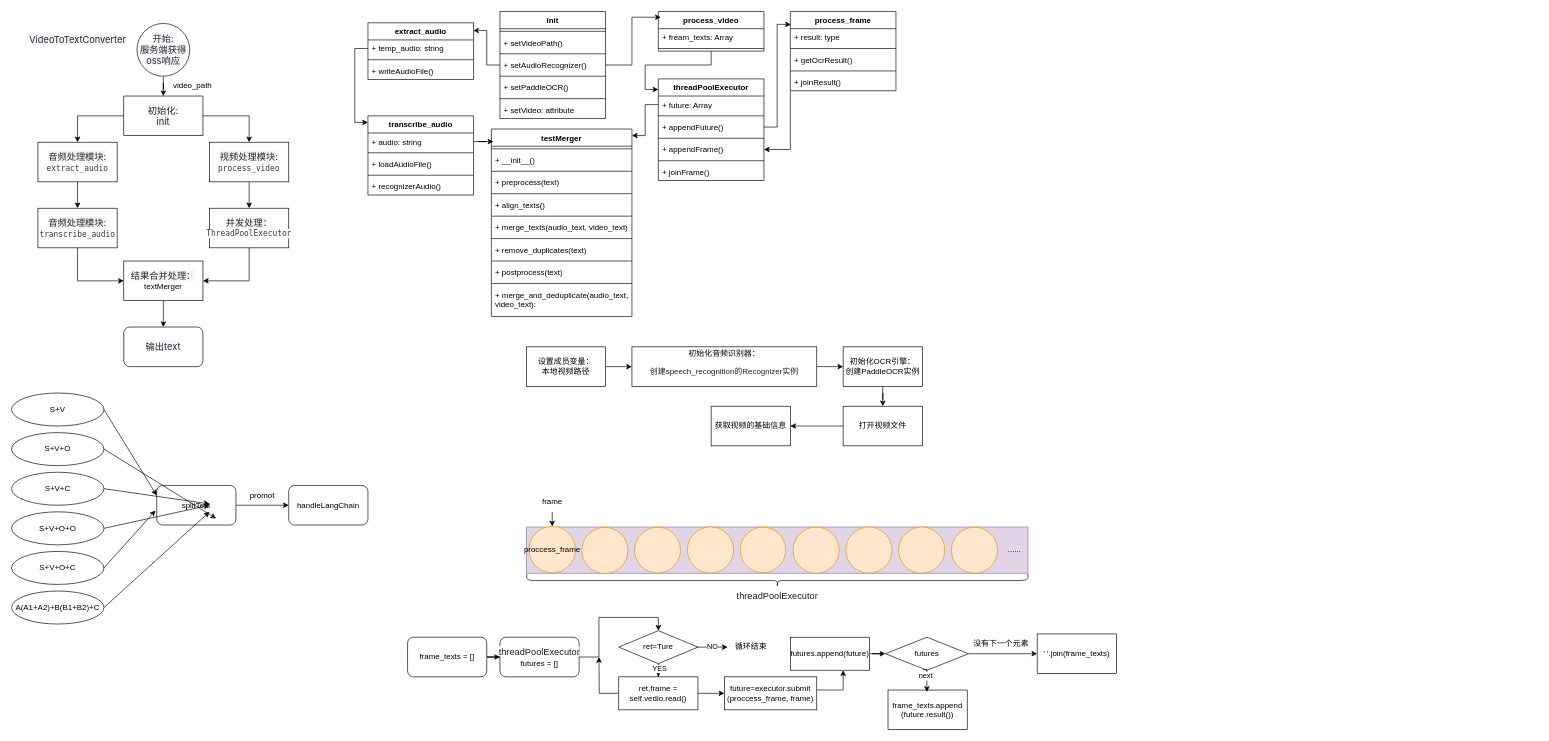
gjf610/my-blog keeps this draw.io diagram as 未命名绘图.drawio. Above is the earlier version. Source tidied: cells renumbered, new cells numbered last; positions are measured from the earlier drawing's top-left corner, leaving out a move shared by most shapes. Both pictures are drawn from the tidied source at 66%, with x=0, y=0 at pixel (11, 11).
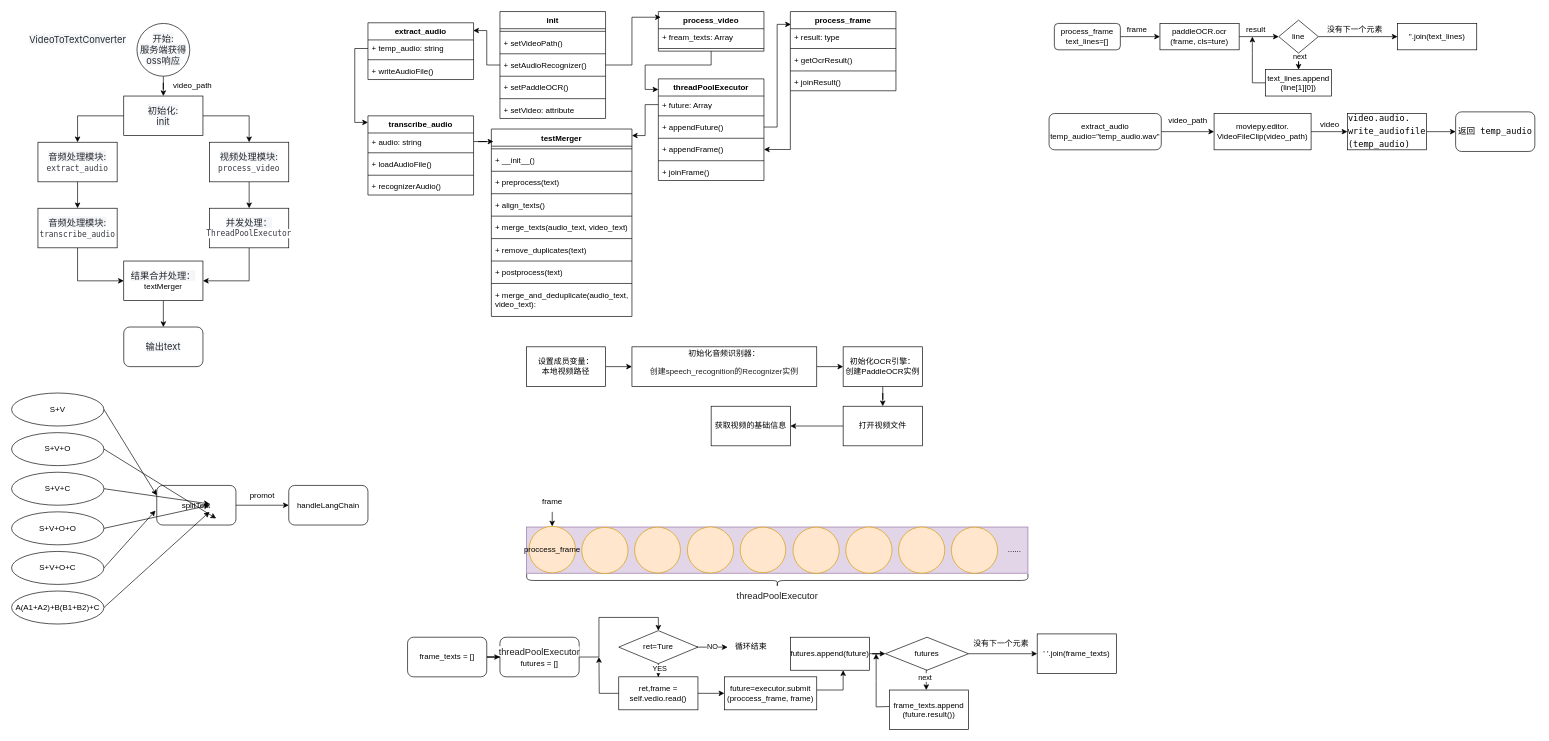
After the change.

Commit message (it also covers changes not shown here):
更新未命名绘图.drawio

The change refers to these unchanged cells:
```xml
<mxCell id="131" value="futures" style="rhombus;whiteSpace=wrap;html=1;" parent="1" vertex="1">
  <mxGeometry x="1324" y="948" width="126" height="50" as="geometry" />
</mxCell>
```

What changed in the source:
```diff
@@
+    <mxCell id="143" style="edgeStyle=orthogonalEdgeStyle;rounded=0;orthogonalLoop=1;jettySize=auto;html=1;" parent="1" edge="1">
+      <mxGeometry relative="1" as="geometry">
+        <mxPoint x="1330" y="1053" as="sourcePoint" />
+        <mxPoint x="1310" y="973" as="targetPoint" />
+      </mxGeometry>
+    </mxCell>
     <mxCell id="134" value="frame_texts.append&lt;br&gt;(future.result())" style="rounded=0;whiteSpace=wrap;html=1;" parent="1" vertex="1">
-      <mxGeometry x="1328" y="1028" width="120" height="60" as="geometry" />
+      <mxGeometry x="1330" y="1028" width="120" height="60" as="geometry" />
     </mxCell>
-    <mxCell id="135" style="edgeStyle=orthogonalEdgeStyle;rounded=0;orthogonalLoop=1;jettySize=auto;html=1;entryX=0.541;entryY=0.064;entryDx=0;entryDy=0;entryPerimeter=0;" parent="1" edge="1">
+    <mxCell id="135" style="edgeStyle=orthogonalEdgeStyle;rounded=0;jettySize=auto;html=1;entryX=0.541;entryY=0.064;entryDx=0;entryDy=0;entryPerimeter=0;exitX=0.5;exitY=1;exitDx=0;exitDy=0;" parent="1" edge="1" source="131">
       <mxGeometry relative="1" as="geometry">
-        <mxPoint x="1381" y="997" as="sourcePoint" />
-        <mxPoint x="1386.9" y="1030.8" as="targetPoint" />
+        <mxPoint x="1385.9" y="1028" as="targetPoint" />
       </mxGeometry>
     </mxCell>
@@
+    <mxCell id="144" style="edgeStyle=orthogonalEdgeStyle;rounded=0;jettySize=auto;html=1;" parent="1" edge="1" source="145">
+      <mxGeometry relative="1" as="geometry">
+        <mxPoint x="1920" y="38" as="targetPoint" />
+      </mxGeometry>
+    </mxCell>
+    <mxCell id="145" value="paddleOCR.ocr&lt;div&gt;(frame, cls=ture)&lt;/div&gt;" style="rounded=0;whiteSpace=wrap;html=1;" parent="1" vertex="1">
+      <mxGeometry x="1740" y="18" width="120" height="40" as="geometry" />
+    </mxCell>
+    <mxCell id="146" style="edgeStyle=orthogonalEdgeStyle;rounded=0;jettySize=auto;html=1;entryX=0;entryY=0.5;entryDx=0;entryDy=0;" parent="1" edge="1" source="147" target="145">
+      <mxGeometry relative="1" as="geometry" />
+    </mxCell>
+    <mxCell id="147" value="process_frame&lt;br&gt;text_lines=[]" style="rounded=1;whiteSpace=wrap;html=1;" parent="1" vertex="1">
+      <mxGeometry x="1580" y="18" width="100" height="40" as="geometry" />
+    </mxCell>
+    <mxCell id="148" value="frame" style="text;html=1;align=center;verticalAlign=middle;strokeColor=none;fillColor=none;" parent="1" vertex="1">
+      <mxGeometry x="1680" y="13" width="50" height="30" as="geometry" />
+    </mxCell>
+    <mxCell id="149" value="result" style="text;html=1;align=center;verticalAlign=middle;strokeColor=none;fillColor=none;" parent="1" vertex="1">
+      <mxGeometry x="1860" y="13" width="50" height="30" as="geometry" />
+    </mxCell>
+    <mxCell id="150" style="edgeStyle=orthogonalEdgeStyle;rounded=0;jettySize=auto;html=1;" parent="1" edge="1" source="151">
+      <mxGeometry relative="1" as="geometry">
+        <mxPoint x="1880" y="38" as="targetPoint" />
+      </mxGeometry>
+    </mxCell>
+    <mxCell id="151" value="text_lines.append&lt;br&gt;(line[1][0])" style="rounded=0;whiteSpace=wrap;html=1;" parent="1" vertex="1">
+      <mxGeometry x="1900" y="88" width="100" height="40" as="geometry" />
+    </mxCell>
+    <mxCell id="152" style="edgeStyle=orthogonalEdgeStyle;rounded=0;jettySize=auto;html=1;entryX=0.5;entryY=0;entryDx=0;entryDy=0;" parent="1" edge="1" source="155" target="151">
+      <mxGeometry relative="1" as="geometry" />
+    </mxCell>
+    <mxCell id="153" value="next" style="edgeLabel;html=1;align=center;verticalAlign=middle;" parent="152" vertex="1">
+      <mxGeometry x="-0.82" y="1" relative="1" as="geometry" />
+    </mxCell>
+    <mxCell id="154" style="edgeStyle=orthogonalEdgeStyle;rounded=0;jettySize=auto;html=1;entryX=0;entryY=0.5;entryDx=0;entryDy=0;" parent="1" edge="1" source="155" target="156">
+      <mxGeometry relative="1" as="geometry" />
+    </mxCell>
+    <mxCell id="155" value="line" style="rhombus;whiteSpace=wrap;html=1;" parent="1" vertex="1">
+      <mxGeometry x="1920" y="13" width="60" height="50" as="geometry" />
+    </mxCell>
+    <mxCell id="156" value="''.join(text_lines)" style="rounded=0;whiteSpace=wrap;html=1;" parent="1" vertex="1">
+      <mxGeometry x="2100" y="18" width="120" height="40" as="geometry" />
+    </mxCell>
+    <mxCell id="157" value="没有下一个元素" style="text;html=1;align=center;verticalAlign=middle;strokeColor=none;fillColor=none;" parent="1" vertex="1">
+      <mxGeometry x="1980" y="13" width="110" height="30" as="geometry" />
+    </mxCell>
+    <mxCell id="158" style="edgeStyle=orthogonalEdgeStyle;rounded=0;jettySize=auto;html=1;entryX=0;entryY=0.5;entryDx=0;entryDy=0;" parent="1" edge="1" source="159" target="161">
+      <mxGeometry relative="1" as="geometry" />
+    </mxCell>
+    <mxCell id="159" value="extract_audio&lt;br&gt;temp_audio=&quot;temp_audio.wav&quot;" style="rounded=1;whiteSpace=wrap;html=1;" parent="1" vertex="1">
+      <mxGeometry x="1572" y="154.5" width="170" height="55" as="geometry" />
+    </mxCell>
+    <mxCell id="160" style="edgeStyle=orthogonalEdgeStyle;rounded=0;jettySize=auto;html=1;entryX=0;entryY=0.5;entryDx=0;entryDy=0;" parent="1" edge="1" source="161" target="164">
+      <mxGeometry relative="1" as="geometry" />
+    </mxCell>
+    <mxCell id="161" value="moviepy.editor.&lt;br&gt;VideoFileClip(&lt;span style=&quot;text-wrap-mode: nowrap;&quot;&gt;video_path&lt;/span&gt;)" style="rounded=0;whiteSpace=wrap;html=1;" parent="1" vertex="1">
+      <mxGeometry x="1822" y="154.5" width="147" height="55" as="geometry" />
+    </mxCell>
+    <mxCell id="162" value="video_path" style="text;html=1;align=center;verticalAlign=middle;strokeColor=none;fillColor=none;" parent="1" vertex="1">
+      <mxGeometry x="1738" y="148.5" width="88" height="33" as="geometry" />
+    </mxCell>
+    <mxCell id="163" style="edgeStyle=orthogonalEdgeStyle;rounded=0;jettySize=auto;html=1;entryX=0;entryY=0.5;entryDx=0;entryDy=0;" parent="1" edge="1" source="164" target="166">
+      <mxGeometry relative="1" as="geometry" />
+    </mxCell>
+    <mxCell id="164" value="&lt;pre style=&quot;--un-rotate: 0; --un-rotate-x: 0; --un-rotate-y: 0; --un-rotate-z: 0; --un-scale-x: 1; --un-scale-y: 1; --un-scale-z: 1; --un-skew-x: 0; --un-skew-y: 0; --un-translate-x: 0; --un-translate-y: 0; --un-translate-z: 0; --un-pan-x: ; --un-pan-y: ; --un-pinch-zoom: ; --un-scroll-snap-strictness: proximity; --un-ordinal: ; --un-slashed-zero: ; --un-numeric-figure: ; --un-numeric-spacing: ; --un-numeric-fraction: ; --un-border-spacing-x: 0; --un-border-spacing-y: 0; --un-ring-offset-shadow: 0 0 transparent; --un-ring-shadow: 0 0 transparent; --un-shadow-inset: ; --un-shadow: 0 0 transparent; --un-ring-inset: ; --un-ring-offset-width: 0px; --un-ring-offset-color: #fff; --un-ring-width: 0px; --un-ring-color: rgba(147,197,253,.5); --un-blur: ; --un-brightness: ; --un-contrast: ; --un-drop-shadow: ; --un-grayscale: ; --un-hue-rotate: ; --un-invert: ; --un-saturate: ; --un-sepia: ; --un-backdrop-blur: ; --un-backdrop-brightness: ; --un-backdrop-contrast: ; --un-backdrop-grayscale: ; --un-backdrop-hue-rotate: ; --un-backdrop-invert: ; --un-backdrop-opacity: ; --un-backdrop-saturate: ; --un-backdrop-sepia: ; box-sizing: border-box; font-family: ui-monospace, SFMono-Regular, &amp;quot;SF Mono&amp;quot;, Menlo, Consolas, &amp;quot;Liberation Mono&amp;quot;, monospace; font-size: 13px; line-height: 1.45; margin-top: 0px; margin-bottom: 0px; overflow-wrap: normal; background: var(--TY-Fill-1); border-radius: 6px; overflow: auto; padding: 16px 8px; text-align: left;&quot;&gt;&lt;code style=&quot;--un-rotate: 0; --un-rotate-x: 0; --un-rotate-y: 0; --un-rotate-z: 0; --un-scale-x: 1; --un-scale-y: 1; --un-scale-z: 1; --un-skew-x: 0; --un-skew-y: 0; --un-translate-x: 0; --un-translate-y: 0; --un-translate-z: 0; --un-pan-x: ; --un-pan-y: ; --un-pinch-zoom: ; --un-scroll-snap-strictness: proximity; --un-ordinal: ; --un-slashed-zero: ; --un-numeric-figure: ; --un-numeric-spacing: ; --un-numeric-fraction: ; --un-border-spacing-x: 0; --un-border-spacing-y: 0; --un-ring-offset-shadow: 0 0 transparent; --un-ring-shadow: 0 0 transparent; --un-shadow-inset: ; --un-shadow: 0 0 transparent; --un-ring-inset: ; --un-ring-offset-width: 0px; --un-ring-offset-color: #fff; --un-ring-width: 0px; --un-ring-color: rgba(147,197,253,.5); --un-blur: ; --un-brightness: ; --un-contrast: ; --un-drop-shadow: ; --un-grayscale: ; --un-hue-rotate: ; --un-invert: ; --un-saturate: ; --un-sepia: ; --un-backdrop-blur: ; --un-backdrop-brightness: ; --un-backdrop-contrast: ; --un-backdrop-grayscale: ; --un-backdrop-hue-rotate: ; --un-backdrop-invert: ; --un-backdrop-opacity: ; --un-backdrop-saturate: ; --un-backdrop-sepia: ; box-sizing: border-box; font-family: ui-monospace, SFMono-Regular, &amp;quot;SF Mono&amp;quot;, Menlo, Consolas, &amp;quot;Liberation Mono&amp;quot;, monospace; background: transparent; border-radius: 6px; margin: 0px; padding: 0px; border: 0px; word-break: normal; overflow-wrap: normal; display: inline; line-height: inherit;&quot;&gt;&lt;span style=&quot;--un-rotate: 0; --un-rotate-x: 0; --un-rotate-y: 0; --un-rotate-z: 0; --un-scale-x: 1; --un-scale-y: 1; --un-scale-z: 1; --un-skew-x: 0; --un-skew-y: 0; --un-translate-x: 0; --un-translate-y: 0; --un-translate-z: 0; --un-pan-x: ; --un-pan-y: ; --un-pinch-zoom: ; --un-scroll-snap-strictness: proximity; --un-ordinal: ; --un-slashed-zero: ; --un-numeric-figure: ; --un-numeric-spacing: ; --un-numeric-fraction: ; --un-border-spacing-x: 0; --un-border-spacing-y: 0; --un-ring-offset-shadow: 0 0 transparent; --un-ring-shadow: 0 0 transparent; --un-shadow-inset: ; --un-shadow: 0 0 transparent; --un-ring-inset: ; --un-ring-offset-width: 0px; --un-ring-offset-color: #fff; --un-ring-width: 0px; --un-ring-color: rgba(147,197,253,.5); --un-blur: ; --un-brightness: ; --un-contrast: ; --un-drop-shadow: ; --un-grayscale: ; --un-hue-rotate: ; --un-invert: ; --un-saturate: ; --un-sepia: ; --un-backdrop-blur: ; --un-backdrop-brightness: ; --un-backdrop-contrast: ; --un-backdrop-grayscale: ; --un-backdrop-hue-rotate: ; --un-backdrop-invert: ; --un-backdrop-opacity: ; --un-backdrop-saturate: ; --un-backdrop-sepia: ; box-sizing: border-box;&quot;&gt;video.audio.&lt;br/&gt;write_audiofile&lt;br&gt;(temp_audio)&lt;/span&gt;&lt;/code&gt;&lt;/pre&gt;" style="rounded=0;whiteSpace=wrap;html=1;" parent="1" vertex="1">
+      <mxGeometry x="2024" y="154.5" width="120" height="55" as="geometry" />
+    </mxCell>
+    <mxCell id="165" value="video" style="text;html=1;align=center;verticalAlign=middle;strokeColor=none;fillColor=none;" parent="1" vertex="1">
+      <mxGeometry x="1969" y="154.5" width="55" height="33" as="geometry" />
+    </mxCell>
+    <mxCell id="166" value="&lt;pre style=&quot;background: var(--TY-Fill-1); --un-rotate: 0; --un-rotate-x: 0; --un-rotate-y: 0; --un-rotate-z: 0; --un-scale-x: 1; --un-scale-y: 1; --un-scale-z: 1; --un-skew-x: 0; --un-skew-y: 0; --un-translate-x: 0; --un-translate-y: 0; --un-translate-z: 0; --un-pan-x: ; --un-pan-y: ; --un-pinch-zoom: ; --un-scroll-snap-strictness: proximity; --un-ordinal: ; --un-slashed-zero: ; --un-numeric-figure: ; --un-numeric-spacing: ; --un-numeric-fraction: ; --un-border-spacing-x: 0; --un-border-spacing-y: 0; --un-ring-offset-shadow: 0 0 transparent; --un-ring-shadow: 0 0 transparent; --un-shadow-inset: ; --un-shadow: 0 0 transparent; --un-ring-inset: ; --un-ring-offset-width: 0px; --un-ring-offset-color: #fff; --un-ring-width: 0px; --un-ring-color: rgba(147,197,253,.5); --un-blur: ; --un-brightness: ; --un-contrast: ; --un-drop-shadow: ; --un-grayscale: ; --un-hue-rotate: ; --un-invert: ; --un-saturate: ; --un-sepia: ; --un-backdrop-blur: ; --un-backdrop-brightness: ; --un-backdrop-contrast: ; --un-backdrop-grayscale: ; --un-backdrop-hue-rotate: ; --un-backdrop-invert: ; --un-backdrop-opacity: ; --un-backdrop-saturate: ; --un-backdrop-sepia: ; box-sizing: border-box; font-family: ui-monospace, SFMono-Regular, &amp;quot;SF Mono&amp;quot;, Menlo, Consolas, &amp;quot;Liberation Mono&amp;quot;, monospace; font-size: 13px; line-height: 1.45; margin-top: 0px; margin-bottom: 0px; overflow-wrap: normal; border-radius: 6px; overflow: auto; padding: 16px 8px; text-align: left;&quot;&gt;&lt;code style=&quot;--un-rotate: 0; --un-rotate-x: 0; --un-rotate-y: 0; --un-rotate-z: 0; --un-scale-x: 1; --un-scale-y: 1; --un-scale-z: 1; --un-skew-x: 0; --un-skew-y: 0; --un-translate-x: 0; --un-translate-y: 0; --un-translate-z: 0; --un-pan-x: ; --un-pan-y: ; --un-pinch-zoom: ; --un-scroll-snap-strictness: proximity; --un-ordinal: ; --un-slashed-zero: ; --un-numeric-figure: ; --un-numeric-spacing: ; --un-numeric-fraction: ; --un-border-spacing-x: 0; --un-border-spacing-y: 0; --un-ring-offset-shadow: 0 0 transparent; --un-ring-shadow: 0 0 transparent; --un-shadow-inset: ; --un-shadow: 0 0 transparent; --un-ring-inset: ; --un-ring-offset-width: 0px; --un-ring-offset-color: #fff; --un-ring-width: 0px; --un-ring-color: rgba(147,197,253,.5); --un-blur: ; --un-brightness: ; --un-contrast: ; --un-drop-shadow: ; --un-grayscale: ; --un-hue-rotate: ; --un-invert: ; --un-saturate: ; --un-sepia: ; --un-backdrop-blur: ; --un-backdrop-brightness: ; --un-backdrop-contrast: ; --un-backdrop-grayscale: ; --un-backdrop-hue-rotate: ; --un-backdrop-invert: ; --un-backdrop-opacity: ; --un-backdrop-saturate: ; --un-backdrop-sepia: ; box-sizing: border-box; font-family: ui-monospace, SFMono-Regular, &amp;quot;SF Mono&amp;quot;, Menlo, Consolas, &amp;quot;Liberation Mono&amp;quot;, monospace; background: transparent; border-radius: 6px; margin: 0px; padding: 0px; border: 0px; word-break: normal; overflow-wrap: normal; display: inline; line-height: inherit;&quot;&gt;&lt;span style=&quot;--un-rotate: 0; --un-rotate-x: 0; --un-rotate-y: 0; --un-rotate-z: 0; --un-scale-x: 1; --un-scale-y: 1; --un-scale-z: 1; --un-skew-x: 0; --un-skew-y: 0; --un-translate-x: 0; --un-translate-y: 0; --un-translate-z: 0; --un-pan-x: ; --un-pan-y: ; --un-pinch-zoom: ; --un-scroll-snap-strictness: proximity; --un-ordinal: ; --un-slashed-zero: ; --un-numeric-figure: ; --un-numeric-spacing: ; --un-numeric-fraction: ; --un-border-spacing-x: 0; --un-border-spacing-y: 0; --un-ring-offset-shadow: 0 0 transparent; --un-ring-shadow: 0 0 transparent; --un-shadow-inset: ; --un-shadow: 0 0 transparent; --un-ring-inset: ; --un-ring-offset-width: 0px; --un-ring-offset-color: #fff; --un-ring-width: 0px; --un-ring-color: rgba(147,197,253,.5); --un-blur: ; --un-brightness: ; --un-contrast: ; --un-drop-shadow: ; --un-grayscale: ; --un-hue-rotate: ; --un-invert: ; --un-saturate: ; --un-sepia: ; --un-backdrop-blur: ; --un-backdrop-brightness: ; --un-backdrop-contrast: ; --un-backdrop-grayscale: ; --un-backdrop-hue-rotate: ; --un-backdrop-invert: ; --un-backdrop-opacity: ; --un-backdrop-saturate: ; --un-backdrop-sepia: ; box-sizing: border-box;&quot;&gt;返回 temp_audio&lt;/span&gt;&lt;/code&gt;&lt;/pre&gt;" style="rounded=1;whiteSpace=wrap;html=1;" parent="1" vertex="1">
+      <mxGeometry x="2188" y="152" width="120" height="60" as="geometry" />
+    </mxCell>
```
